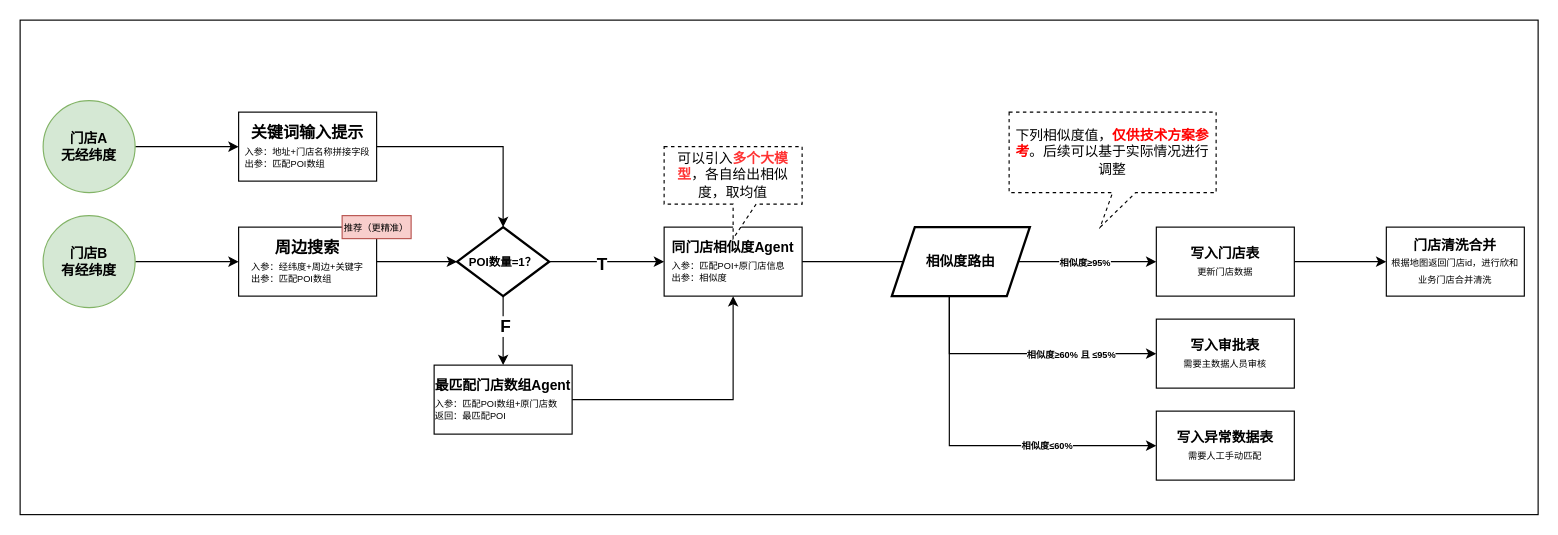
This is 【1112】腾讯门店清洗方案.drawio from 18857545022/-, a draw.io file, before an edit. Source tidied: cells renumbered, new cells numbered last; positions are measured from the earlier drawing's top-left corner, leaving out a move shared by most shapes. Both pictures are drawn from the tidied source at 115%, with x=0, y=0 at pixel (20, 20).
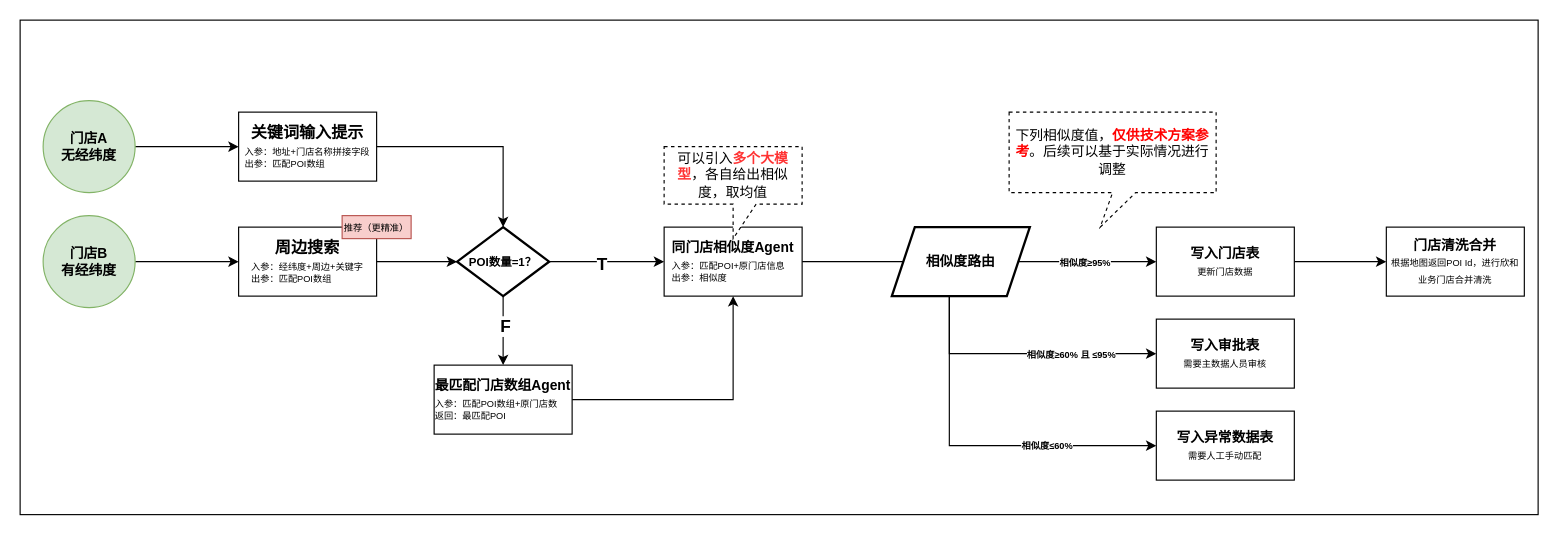
The same page after the edit.

Commit message (it also covers changes not shown here):
更新【1112】腾讯门店清洗方案.drawio

Diff of the diagram source:
```diff
@@
-    <mxCell id="33" value="门店清洗合并&lt;br&gt;&lt;span style=&quot;font-weight: normal;&quot;&gt;&lt;font style=&quot;font-size: 8px;&quot;&gt;根据地图返回门店id，进行欣和业务门店合并清洗&lt;/font&gt;&lt;/span&gt;" style="whiteSpace=wrap;html=1;rounded=0;strokeWidth=1;fontStyle=1;" parent="1" vertex="1">
+    <mxCell id="33" value="门店清洗合并&lt;br&gt;&lt;span style=&quot;font-weight: normal;&quot;&gt;&lt;font style=&quot;font-size: 8px;&quot;&gt;根据地图返回POI Id，进行欣和业务门店合并清洗&lt;/font&gt;&lt;/span&gt;" style="whiteSpace=wrap;html=1;rounded=0;strokeWidth=1;fontStyle=1;" parent="1" vertex="1">
       <mxGeometry x="1188" y="180" width="120" height="60" as="geometry" />
     </mxCell>
```
